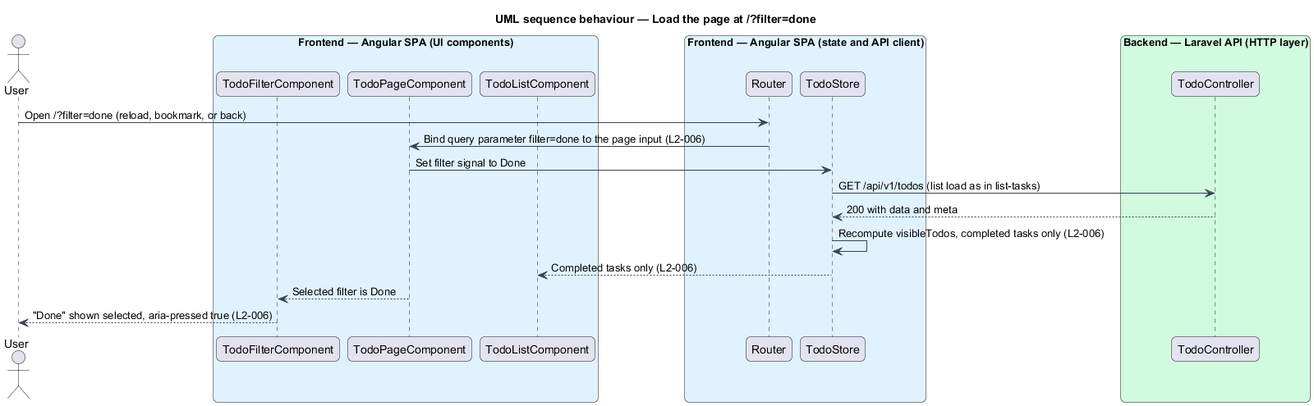
Before: docs/detailed-designs/task-browsing/filter-tasks/diagrams/sequence-load-with-filter.png, a diagram exported from PlantUML (QuinntyneBrown/php-todo-lab).
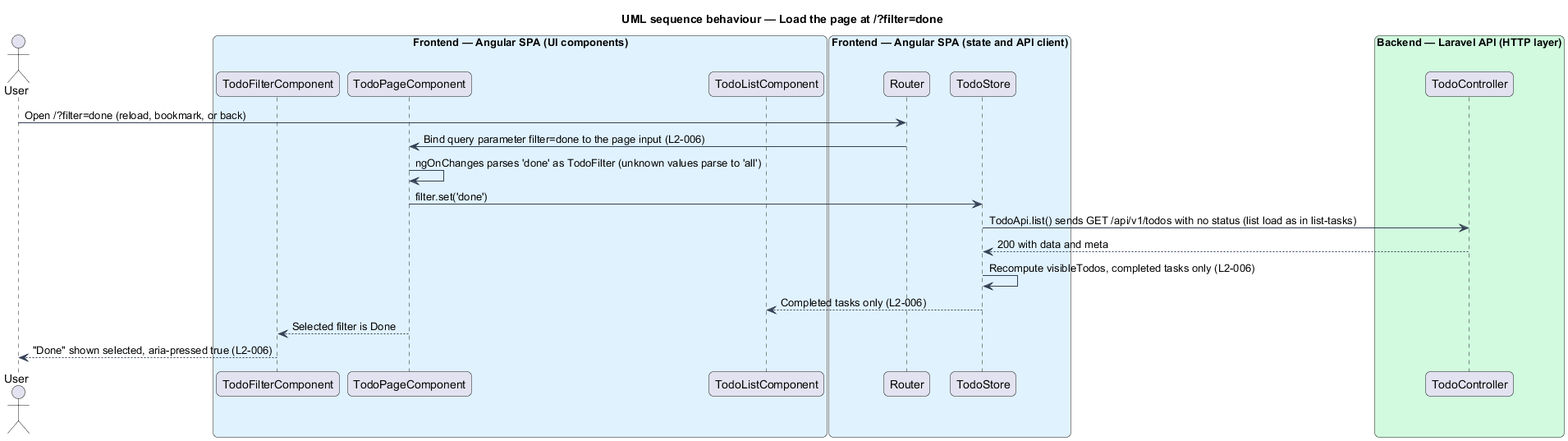
Later version of the same file.

The edit, as a diff of the source:
```diff
@@ -29,8 +29,9 @@
 end box
 user -> router : Open /?filter=done (reload, bookmark, or back)
 router -> page : Bind query parameter filter=done to the page input (L2-006)
-page -> store : Set filter signal to Done
-store -> controller : GET /api/v1/todos (list load as in list-tasks)
+page -> page : ngOnChanges parses 'done' as TodoFilter (unknown values parse to 'all')
+page -> store : filter.set('done')
+store -> controller : TodoApi.list() sends GET /api/v1/todos with no status (list load as in list-tasks)
 controller --> store : 200 with data and meta
 store -> store : Recompute visibleTodos, completed tasks only (L2-006)
 store --> list : Completed tasks only (L2-006)
```
